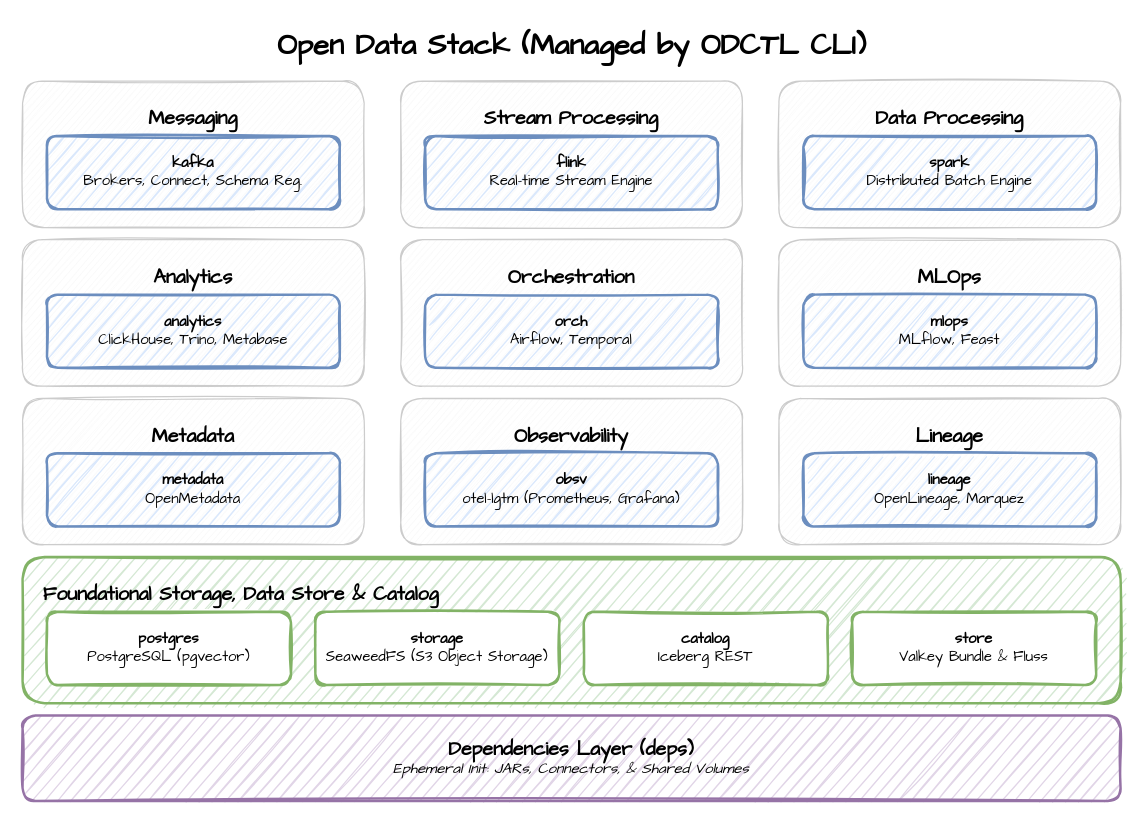
Before: image/diagram.drawio in jaehyeon-kim/odctl, a draw.io diagram. Source tidied: cells renumbered, new cells numbered last; positions are measured from the earlier drawing's top-left corner, leaving out a move shared by most shapes. Both pictures are drawn from the tidied source at 122%, with x=0, y=0 at pixel (22, 21).
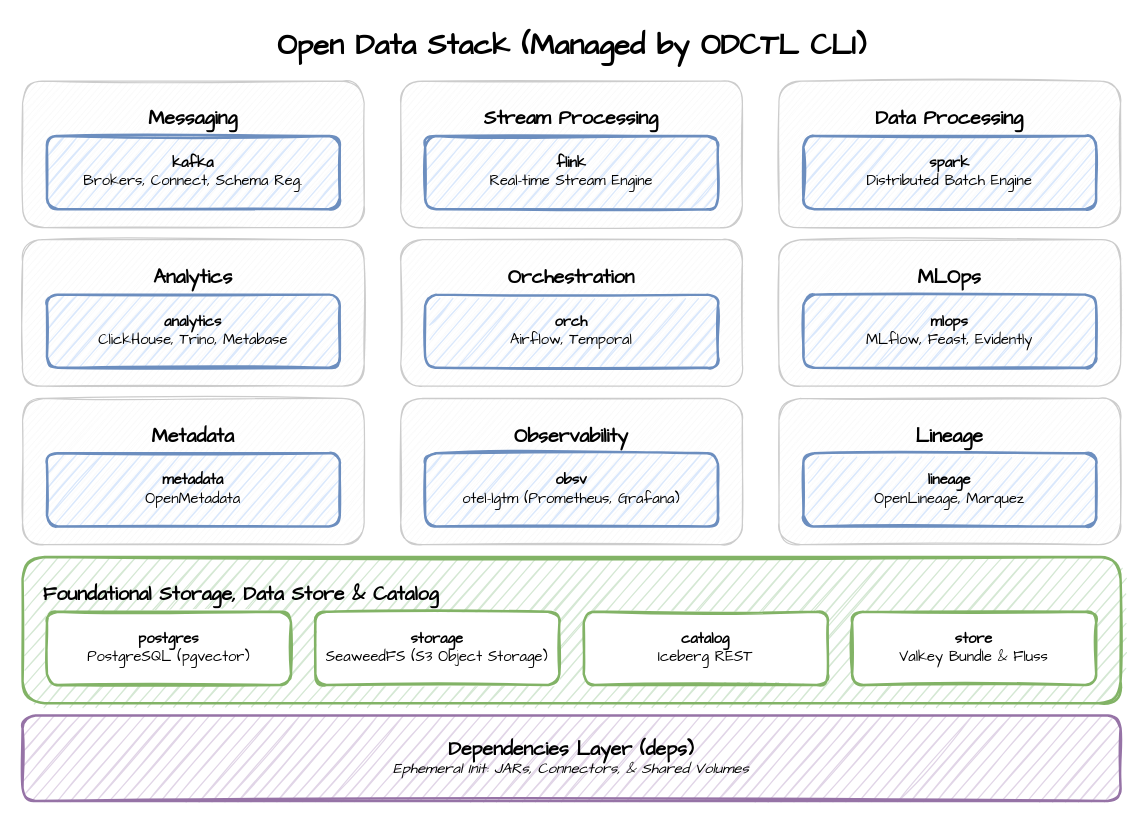
After the change.

Diff of the diagram source:
```diff
@@
-    <mxCell id="14" value="&lt;b&gt;mlops&lt;/b&gt;&lt;br&gt;MLflow, Feast" style="rounded=1;whiteSpace=wrap;html=1;sketch=1;fillColor=#dae8fc;strokeColor=#6c8ebf;strokeWidth=2;fontFamily=Comic Sans MS;" parent="1" vertex="1">
+    <mxCell id="14" value="&lt;b&gt;mlops&lt;/b&gt;&lt;br&gt;MLflow, Feast, Evidently" style="rounded=1;whiteSpace=wrap;html=1;sketch=1;fillColor=#dae8fc;strokeColor=#6c8ebf;strokeWidth=2;fontFamily=Comic Sans MS;" parent="1" vertex="1">
       <mxGeometry x="640" y="224" width="240" height="60" as="geometry" />
     </mxCell>
```
